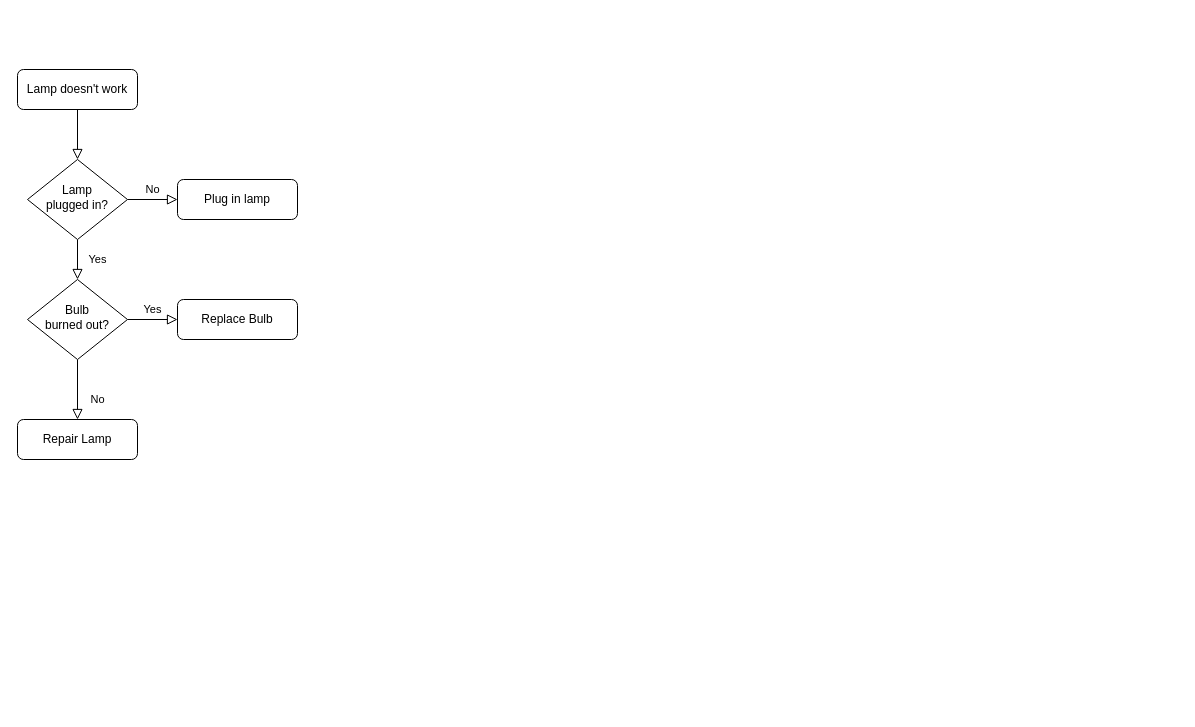
The draw.io diagram Netty启动.drawio in chenxiOnEarth/diagram, before the edit. Source tidied: cells renumbered, new cells numbered last; positions are measured from the earlier drawing's top-left corner, leaving out a move shared by most shapes. Both pictures are drawn from the tidied source at 100%, with x=0, y=0 at pixel (17, 69).
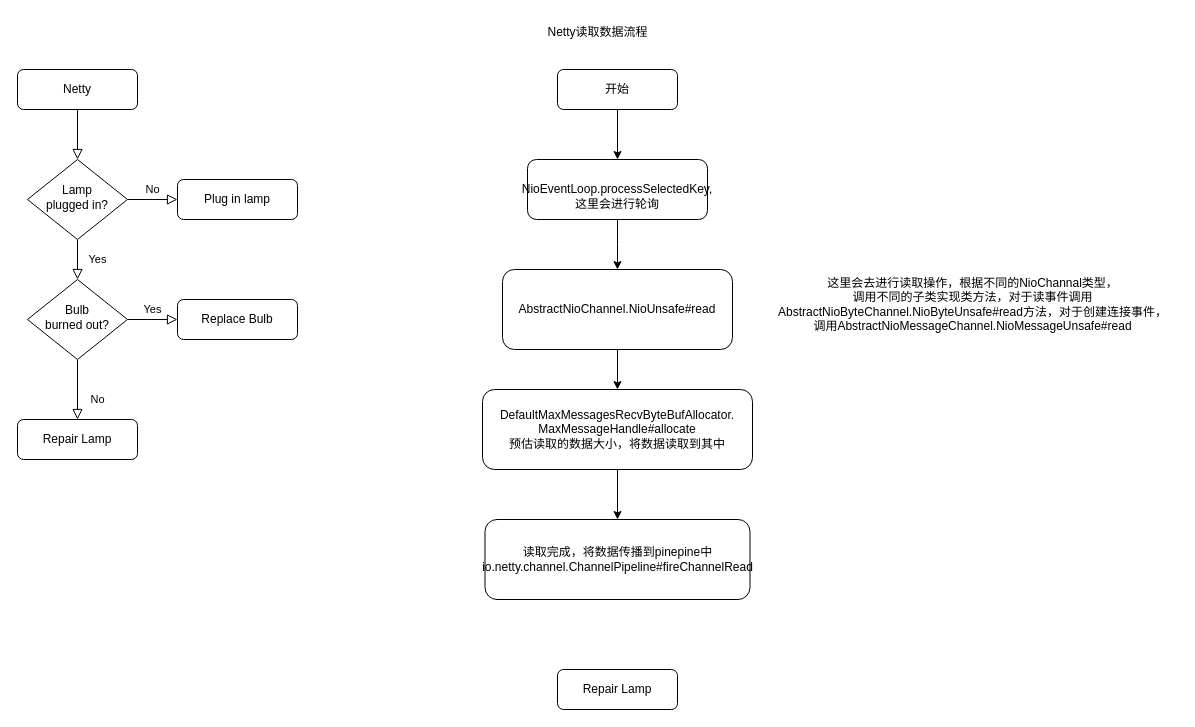
Above is the later version.

What changed in the source:
```diff
@@
-    <mxCell id="3" value="Lamp doesn't work" style="rounded=1;whiteSpace=wrap;html=1;fontSize=12;glass=0;strokeWidth=1;shadow=0;" parent="1" vertex="1">
+    <mxCell id="3" value="Netty" style="rounded=1;whiteSpace=wrap;html=1;fontSize=12;glass=0;strokeWidth=1;shadow=0;" parent="1" vertex="1">
       <mxGeometry width="120" height="40" as="geometry" />
     </mxCell>
@@
+    <mxCell id="13" style="edgeStyle=orthogonalEdgeStyle;rounded=0;jettySize=auto;html=1;exitX=0.5;exitY=1;exitDx=0;exitDy=0;" parent="1" edge="1" source="14" target="16">
+      <mxGeometry relative="1" as="geometry" />
+    </mxCell>
+    <mxCell id="14" value="开始" style="rounded=1;whiteSpace=wrap;html=1;fontSize=12;glass=0;strokeWidth=1;shadow=0;" parent="1" vertex="1">
+      <mxGeometry x="540" width="120" height="40" as="geometry" />
+    </mxCell>
+    <mxCell id="15" style="edgeStyle=orthogonalEdgeStyle;rounded=0;jettySize=auto;html=1;exitX=0.5;exitY=1;exitDx=0;exitDy=0;" parent="1" edge="1" source="16">
+      <mxGeometry relative="1" as="geometry">
+        <mxPoint x="600" y="200" as="targetPoint" />
+      </mxGeometry>
+    </mxCell>
+    <mxCell id="16" value="&lt;br style=&quot;border-color: var(--border-color);&quot;&gt;NioEventLoop.processSelectedKey,&lt;br&gt;这里会进行轮询" style="rounded=1;whiteSpace=wrap;html=1;fontSize=12;glass=0;strokeWidth=1;shadow=0;" parent="1" vertex="1">
+      <mxGeometry x="510" y="90" width="180" height="60" as="geometry" />
+    </mxCell>
+    <mxCell id="17" value="Repair Lamp" style="rounded=1;whiteSpace=wrap;html=1;fontSize=12;glass=0;strokeWidth=1;shadow=0;" parent="1" vertex="1">
+      <mxGeometry x="540" y="600" width="120" height="40" as="geometry" />
+    </mxCell>
+    <mxCell id="18" value="Netty读取数据流程" style="text;html=1;align=center;verticalAlign=middle;strokeColor=none;fillColor=none;" parent="1" vertex="1">
+      <mxGeometry x="520" y="-52" width="120" height="30" as="geometry" />
+    </mxCell>
+    <mxCell id="19" style="edgeStyle=orthogonalEdgeStyle;rounded=0;jettySize=auto;html=1;" parent="1" edge="1" source="20" target="23">
+      <mxGeometry relative="1" as="geometry" />
+    </mxCell>
+    <mxCell id="20" value="AbstractNioChannel.NioUnsafe#read" style="rounded=1;whiteSpace=wrap;html=1;" parent="1" vertex="1">
+      <mxGeometry x="485" y="200" width="230" height="80" as="geometry" />
+    </mxCell>
+    <mxCell id="21" value="这里会去进行读取操作，根据不同的NioChannal类型，&lt;br&gt;调用不同的子类实现类方法，对于读事件调用&lt;br&gt;AbstractNioByteChannel.NioByteUnsafe#read方法，对于创建连接事件，&lt;br&gt;调用AbstractNioMessageChannel.NioMessageUnsafe#read" style="text;html=1;align=center;verticalAlign=middle;strokeColor=none;fillColor=none;" parent="1" vertex="1">
+      <mxGeometry x="750" y="200" width="410" height="70" as="geometry" />
+    </mxCell>
+    <mxCell id="22" style="edgeStyle=orthogonalEdgeStyle;rounded=0;jettySize=auto;html=1;" parent="1" edge="1" source="23" target="24">
+      <mxGeometry relative="1" as="geometry" />
+    </mxCell>
+    <mxCell id="23" value="DefaultMaxMessagesRecvByteBufAllocator.&lt;br&gt;MaxMessageHandle#allocate&lt;br&gt;预估读取的数据大小，将数据读取到其中" style="whiteSpace=wrap;html=1;rounded=1;" parent="1" vertex="1">
+      <mxGeometry x="465" y="320" width="270" height="80" as="geometry" />
+    </mxCell>
+    <mxCell id="24" value="读取完成，将数据传播到pinepine中io.netty.channel.ChannelPipeline#fireChannelRead" style="whiteSpace=wrap;html=1;rounded=1;" parent="1" vertex="1">
+      <mxGeometry x="467.5" y="450" width="265" height="80" as="geometry" />
+    </mxCell>
```
